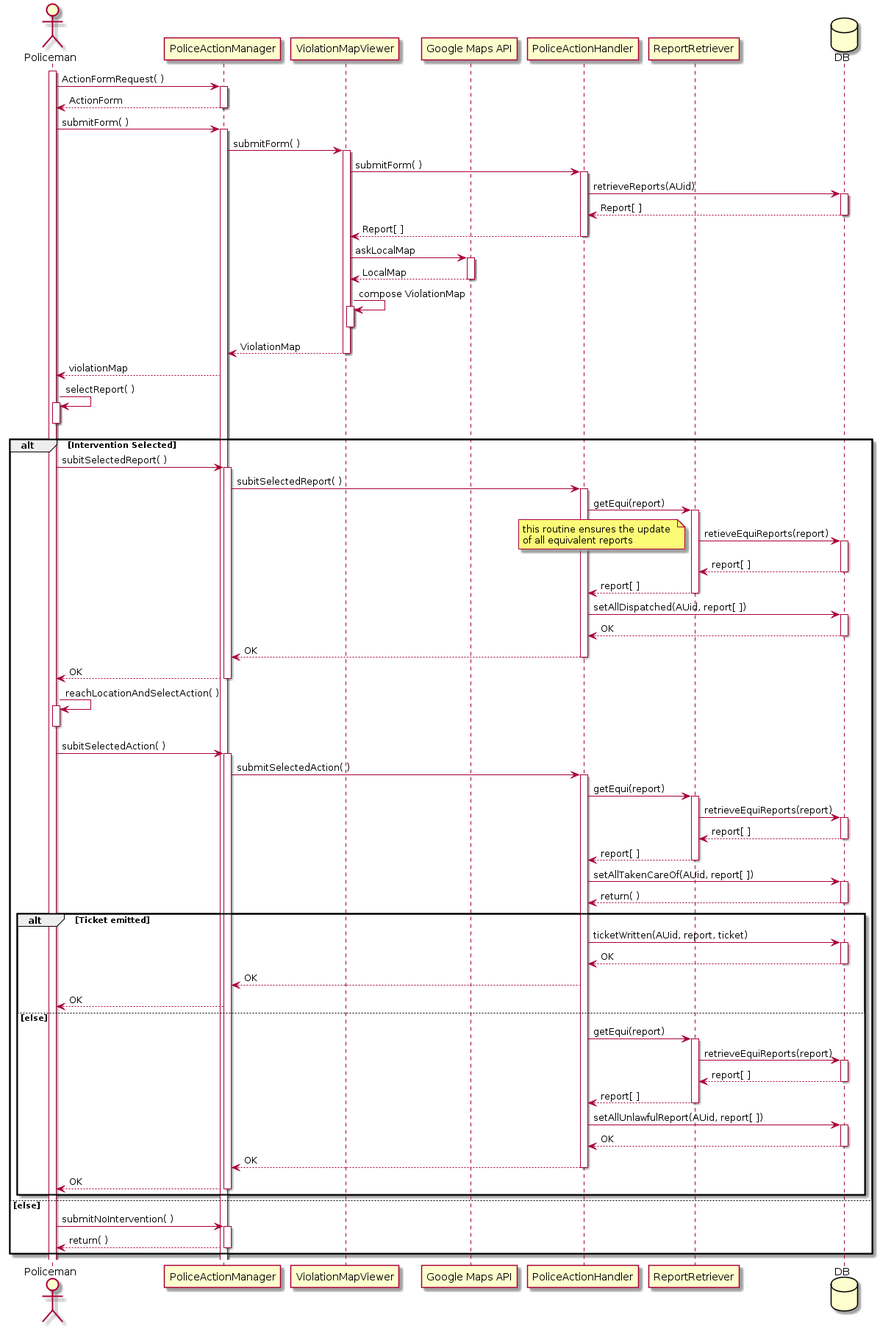
Earlier version of the PlantUML export DD/Images/seqDiag_PolicemanAct.png (fafrullo2/PanzeriPeruginiPipita). The source it was exported from:
```plantuml
@startuml
actor Policeman order 10
participant PoliceActionManager order 20
participant ViolationMapViewer order 30
participant "Google Maps API" order 40
participant PoliceActionHandler order 50
participant ReportRetriever order 60
database DB order 70

activate Policeman
Policeman -> PoliceActionManager: ActionFormRequest( )
activate PoliceActionManager
return ActionForm


Policeman -> PoliceActionManager: submitForm( )
activate PoliceActionManager

PoliceActionManager -> ViolationMapViewer: submitForm( )
activate ViolationMapViewer

ViolationMapViewer -> PoliceActionHandler: submitForm( )
activate PoliceActionHandler


PoliceActionHandler -> DB: retrieveReports(AUid)
activate DB
return Report[ ]
return Report[ ]

ViolationMapViewer -> "Google Maps API" : askLocalMap
activate "Google Maps API"
return LocalMap

ViolationMapViewer -> ViolationMapViewer : compose ViolationMap
activate ViolationMapViewer
deactivate ViolationMapViewer

PoliceActionManager <-- ViolationMapViewer:  ViolationMap
deactivate ViolationMapViewer

Policeman <-- PoliceActionManager: violationMap


Policeman -> Policeman : selectReport( )
activate Policeman
deactivate Policeman

alt Intervention Selected

    Policeman -> PoliceActionManager: subitSelectedReport( )
    activate PoliceActionManager

    PoliceActionManager -> PoliceActionHandler: subitSelectedReport( )
    activate PoliceActionHandler

    PoliceActionHandler -> ReportRetriever: getEqui(report)
    activate ReportRetriever

    ReportRetriever -> DB : retieveEquiReports(report)
    activate DB
    note left: this routine ensures the update \nof all equivalent reports
    return report[ ]
    return report[ ]


    PoliceActionHandler -> DB : setAllDispatched(AUid, report[ ])
    activate DB
    return OK
    return OK
    return OK

    Policeman -> Policeman : reachLocationAndSelectAction( )
    activate Policeman
    deactivate Policeman

    Policeman -> PoliceActionManager: subitSelectedAction( )
    activate PoliceActionManager

    PoliceActionManager -> PoliceActionHandler: submitSelectedAction( )
    activate PoliceActionHandler

    PoliceActionHandler -> ReportRetriever: getEqui(report)
    activate ReportRetriever

    ReportRetriever -> DB : retrieveEquiReports(report)
    activate DB
    return report[ ]
    return report[ ]

    PoliceActionHandler -> DB : setAllTakenCareOf(AUid, report[ ])
    activate DB
    return return( )

    alt Ticket emitted
        PoliceActionHandler -> DB : ticketWritten(AUid, report, ticket)
        activate DB
        return OK
        PoliceActionManager <-- PoliceActionHandler: OK
        Policeman <-- PoliceActionManager: OK
    else else

        PoliceActionHandler -> ReportRetriever: getEqui(report)
        activate ReportRetriever

        ReportRetriever -> DB : retrieveEquiReports(report)
        activate DB
        return report[ ]
        return report[ ]

        PoliceActionHandler -> DB : setAllUnlawfulReport(AUid, report[ ])
        Activate DB
        return OK
        return OK
        return OK

    end

else else
    Policeman -> PoliceActionManager: submitNoIntervention( )
    activate PoliceActionManager
    return return( )

end
@enduml
```
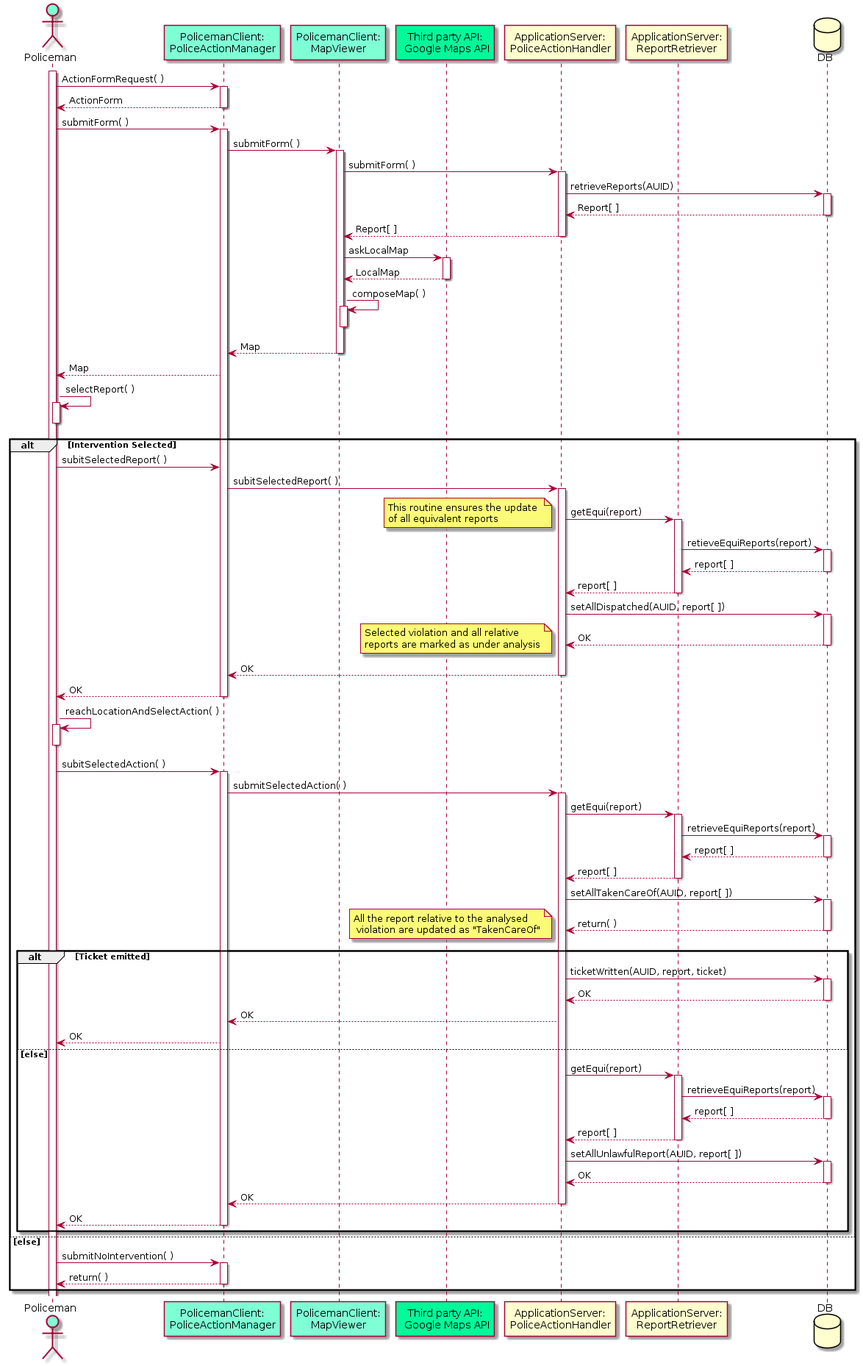
Later version of the same file.

Change to the diagram source:
```diff
@@ -1,10 +1,10 @@
 @startuml
-actor Policeman order 10
-participant PoliceActionManager order 20
-participant ViolationMapViewer order 30
-participant "Google Maps API" order 40
-participant PoliceActionHandler order 50
-participant ReportRetriever order 60
+actor Policeman order 10 #Aquamarine
+participant PoliceActionManager as "PolicemanClient:\nPoliceActionManager"order 20 #Aquamarine
+participant MapViewer as "PolicemanClient:\nMapViewer" order 30 #Aquamarine
+participant MapsAPI as "Third party API:\n Google Maps API" order 40 #MediumSpringGreen
+participant PoliceActionHandler as "ApplicationServer:\nPoliceActionHandler" order 50
+participant ReportRetriever as "ApplicationServer:\nReportRetriever" order 60
 database DB order 70
 
 activate Policeman
@@ -16,30 +16,30 @@
 Policeman -> PoliceActionManager: submitForm( )
 activate PoliceActionManager
 
-PoliceActionManager -> ViolationMapViewer: submitForm( )
-activate ViolationMapViewer
+PoliceActionManager -> MapViewer: submitForm( )
+activate MapViewer
 
-ViolationMapViewer -> PoliceActionHandler: submitForm( )
+MapViewer -> PoliceActionHandler: submitForm( )
 activate PoliceActionHandler
 
 
-PoliceActionHandler -> DB: retrieveReports(AUid)
+PoliceActionHandler -> DB: retrieveReports(AUID)
 activate DB
 return Report[ ]
 return Report[ ]
 
-ViolationMapViewer -> "Google Maps API" : askLocalMap
-activate "Google Maps API"
+MapViewer -> MapsAPI : askLocalMap
+activate MapsAPI
 return LocalMap
 
-ViolationMapViewer -> ViolationMapViewer : compose ViolationMap
-activate ViolationMapViewer
-deactivate ViolationMapViewer
+MapViewer -> MapViewer : composeMap( )
+activate MapViewer
+deactivate MapViewer
 
-PoliceActionManager <-- ViolationMapViewer:  ViolationMap
-deactivate ViolationMapViewer
+PoliceActionManager <-- MapViewer:  Map
+deactivate MapViewer
 
-Policeman <-- PoliceActionManager: violationMap
+Policeman <-- PoliceActionManager: Map
 
 
 Policeman -> Policeman : selectReport( )
@@ -49,7 +49,6 @@
 alt Intervention Selected
 
     Policeman -> PoliceActionManager: subitSelectedReport( )
-    activate PoliceActionManager
 
     PoliceActionManager -> PoliceActionHandler: subitSelectedReport( )
     activate PoliceActionHandler
@@ -57,16 +56,21 @@
     PoliceActionHandler -> ReportRetriever: getEqui(report)
     activate ReportRetriever
 
+    note left: This routine ensures the update \nof all equivalent reports
+
     ReportRetriever -> DB : retieveEquiReports(report)
     activate DB
-    note left: this routine ensures the update \nof all equivalent reports
+
     return report[ ]
     return report[ ]
 
 
-    PoliceActionHandler -> DB : setAllDispatched(AUid, report[ ])
+    PoliceActionHandler -> DB : setAllDispatched(AUID, report[ ])
     activate DB
     return OK
+
+    note left: Selected violation and all relative \nreports are marked as under analysis
+
     return OK
     return OK
 
@@ -88,12 +92,14 @@
     return report[ ]
     return report[ ]
 
-    PoliceActionHandler -> DB : setAllTakenCareOf(AUid, report[ ])
+    PoliceActionHandler -> DB : setAllTakenCareOf(AUID, report[ ])
     activate DB
     return return( )
 
+    note left: All the report relative to the analysed\n violation are updated as "TakenCareOf"
+
     alt Ticket emitted
-        PoliceActionHandler -> DB : ticketWritten(AUid, report, ticket)
+        PoliceActionHandler -> DB : ticketWritten(AUID, report, ticket)
         activate DB
         return OK
         PoliceActionManager <-- PoliceActionHandler: OK
@@ -108,7 +114,7 @@
         return report[ ]
         return report[ ]
 
-        PoliceActionHandler -> DB : setAllUnlawfulReport(AUid, report[ ])
+        PoliceActionHandler -> DB : setAllUnlawfulReport(AUID, report[ ])
         Activate DB
         return OK
         return OK
```
